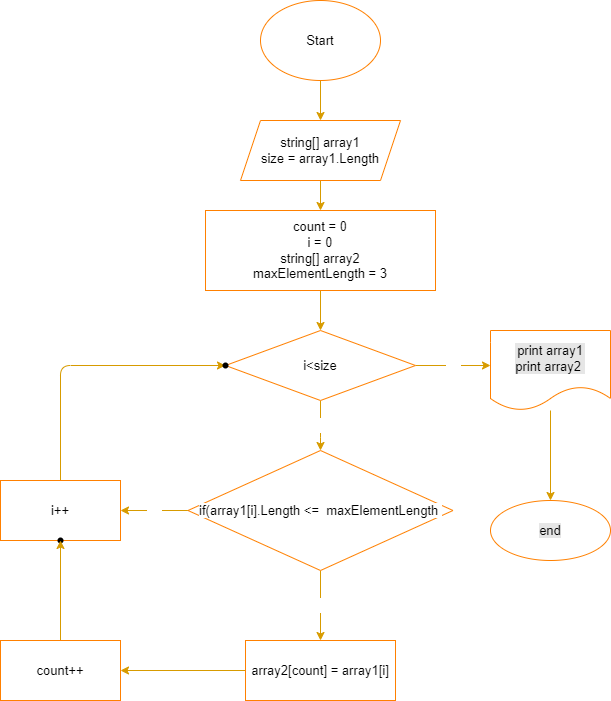
The draw.io diagram BlockDiagram.drawio.png in OlesyaFedorovskaya/-, before a commit. Source tidied: cells renumbered, new cells last; positions are measured from the earlier drawing's top-left corner, leaving out a move shared by most shapes.
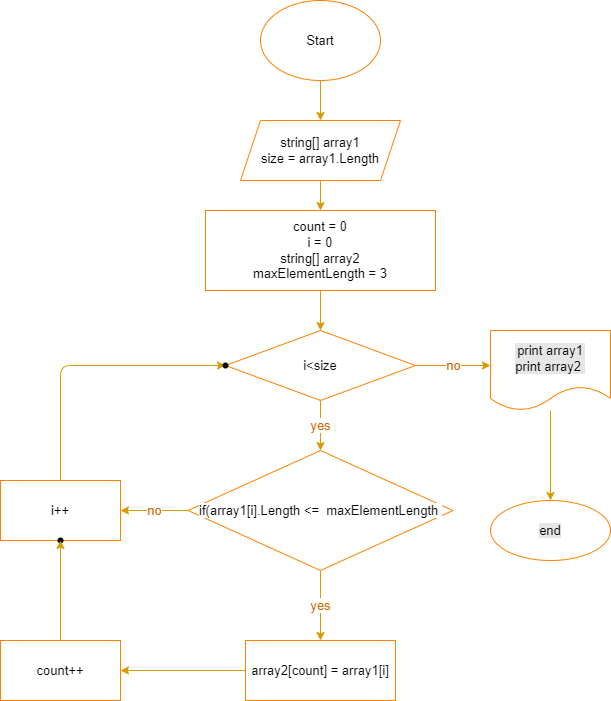
The same file after the commit.

What changed in the source:
```diff
@@ -20,14 +20,14 @@
     <mxCell id="7" value="count = 0&lt;br&gt;i = 0&lt;br&gt;string[] array2&lt;br&gt;maxElementLength = 3" style="whiteSpace=wrap;html=1;fontSize=13;fillColor=#FFFFFF;fontColor=#000000;labelBackgroundColor=#FFFFFF;strokeColor=#FF8000;" parent="1" vertex="1">
       <mxGeometry x="205" y="210" width="230" height="80" as="geometry" />
     </mxCell>
-    <mxCell id="8" value="yes" style="edgeStyle=none;html=1;fontSize=13;fontColor=#FFFFFF;fillColor=#ffcd28;gradientColor=#ffa500;strokeColor=#d79b00;" parent="1" edge="1" source="10" target="13">
+    <mxCell id="8" value="yes" style="edgeStyle=none;html=1;fontSize=13;fontColor=#CC6600;fillColor=#ffcd28;gradientColor=#ffa500;strokeColor=#d79b00;" parent="1" edge="1" source="10" target="13">
       <mxGeometry relative="1" as="geometry">
         <Array as="points">
           <mxPoint x="320" y="430" />
         </Array>
       </mxGeometry>
     </mxCell>
-    <mxCell id="9" value="no" style="edgeStyle=none;html=1;fontSize=13;fontColor=#FFFFFF;entryX=0;entryY=0.5;entryDx=0;entryDy=0;fillColor=#ffcd28;gradientColor=#ffa500;strokeColor=#d79b00;" parent="1" edge="1" source="10">
+    <mxCell id="9" value="no" style="edgeStyle=none;html=1;fontSize=13;fontColor=#CC6600;entryX=0;entryY=0.5;entryDx=0;entryDy=0;fillColor=#ffcd28;gradientColor=#ffa500;strokeColor=#d79b00;" parent="1" edge="1" source="10">
       <mxGeometry relative="1" as="geometry">
         <mxPoint x="490" y="365" as="targetPoint" />
       </mxGeometry>
@@ -35,10 +35,10 @@
     <mxCell id="10" value="i&amp;lt;size" style="rhombus;whiteSpace=wrap;html=1;fontSize=13;fillColor=#FFFFFF;fontColor=#000000;labelBackgroundColor=#FFFFFF;strokeColor=#FF8000;" parent="1" vertex="1">
       <mxGeometry x="225" y="330" width="190" height="70" as="geometry" />
     </mxCell>
-    <mxCell id="11" value="yes" style="edgeStyle=none;html=1;fontSize=13;fontColor=#FFFFFF;fillColor=#ffcd28;gradientColor=#ffa500;strokeColor=#d79b00;" parent="1" edge="1" source="13" target="15">
+    <mxCell id="11" value="yes" style="edgeStyle=none;html=1;fontSize=13;fontColor=#CC6600;fillColor=#ffcd28;gradientColor=#ffa500;strokeColor=#d79b00;" parent="1" edge="1" source="13" target="15">
       <mxGeometry relative="1" as="geometry" />
     </mxCell>
-    <mxCell id="12" value="no" style="edgeStyle=none;html=1;fontSize=13;fontColor=#FFFFFF;fillColor=#ffcd28;gradientColor=#ffa500;strokeColor=#d79b00;" parent="1" edge="1" source="13" target="17">
+    <mxCell id="12" value="no" style="edgeStyle=none;html=1;fontSize=13;fontColor=#CC6600;fillColor=#ffcd28;gradientColor=#ffa500;strokeColor=#d79b00;" parent="1" edge="1" source="13" target="17">
       <mxGeometry relative="1" as="geometry" />
     </mxCell>
     <mxCell id="13" value="if(array1[i].Length &amp;lt;=&amp;nbsp; maxElementLength&amp;nbsp;" style="rhombus;whiteSpace=wrap;html=1;fontSize=13;fillColor=#FFFFFF;fontColor=#000000;labelBackgroundColor=#FFFFFF;strokeColor=#FF8000;" parent="1" vertex="1">
```
